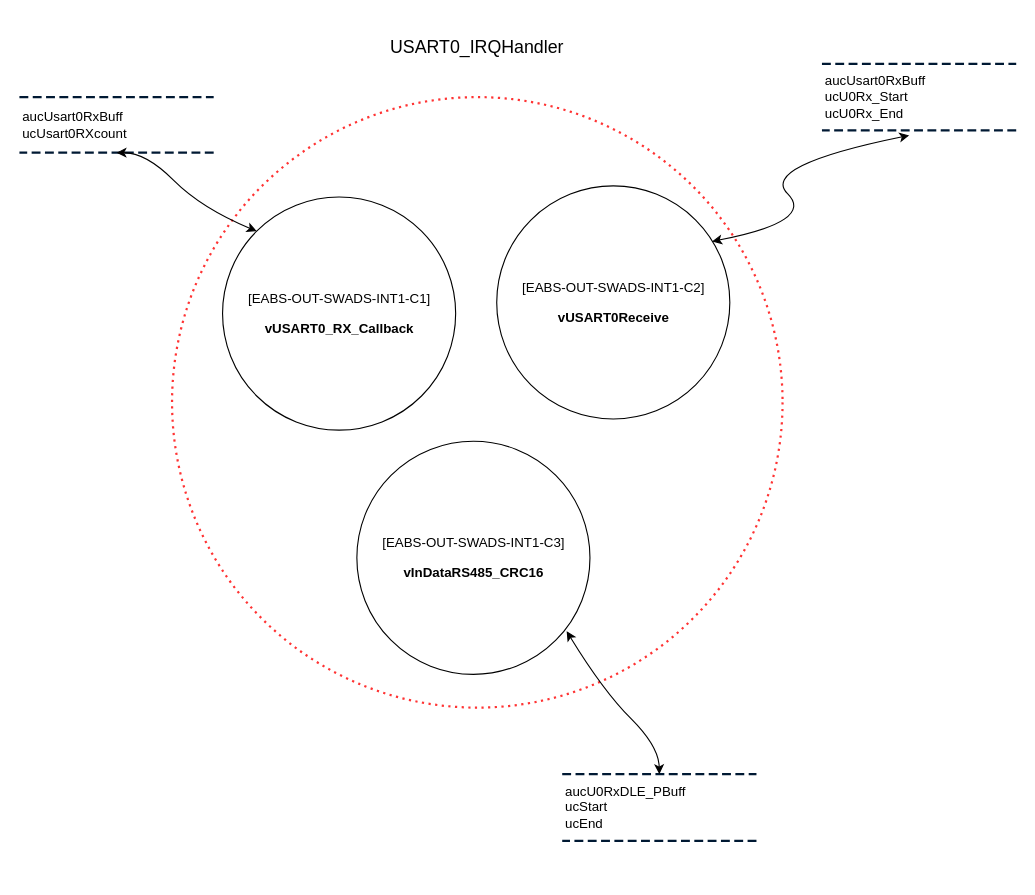
chillin2/MyDraw.io keeps this draw.io diagram as page "EABS-OUT-SWADS-INT1" (13 of 16) of EABS/Document_Pack/Design/OUTPUT/eabs_output_data_flow_diagram.drawio.xml. Above is the earlier version. Source tidied: cells renumbered, new cells numbered last; positions are measured from the earlier drawing's top-left corner, leaving out a move shared by most shapes. Both pictures are drawn from the tidied source at 111%, with x=0, y=0 at pixel (20, 30).
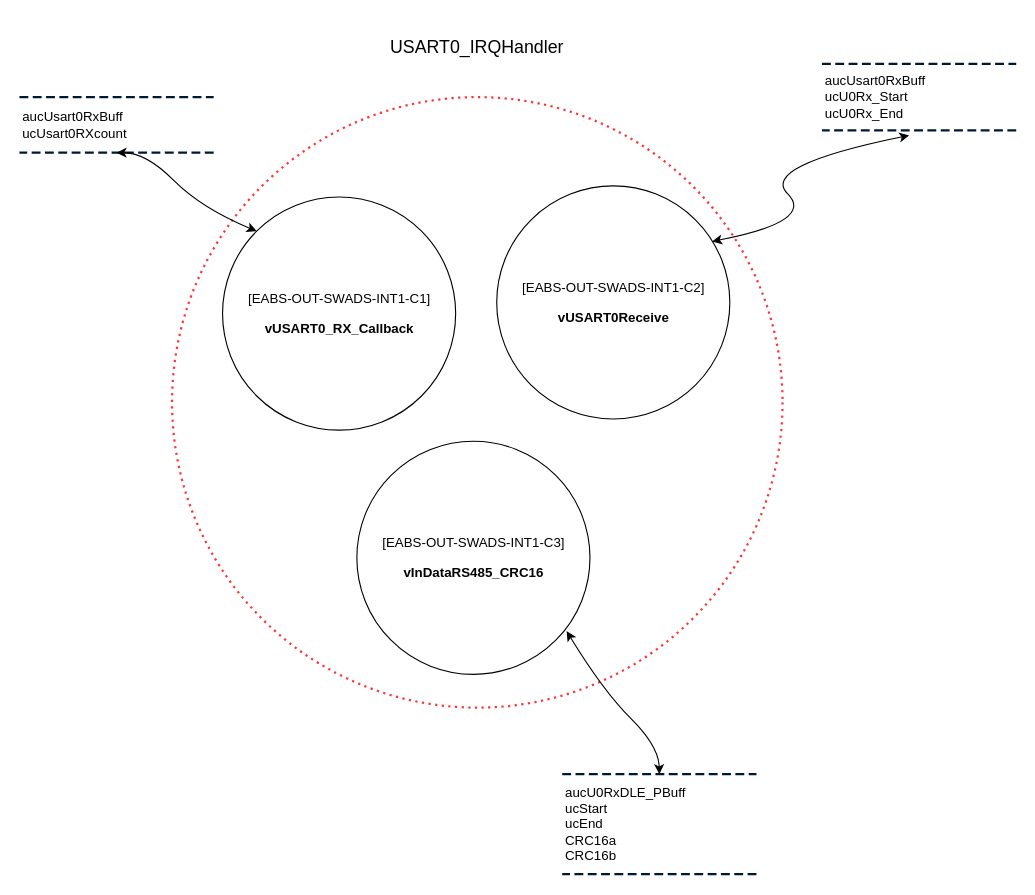
The same page after the edit.

Diff of the diagram source:
```diff
@@
 <mxGraphModel>
   <root>
     <mxCell id="0" />
     <mxCell id="1" parent="0" />
     <mxCell id="2" value="&lt;p style=&quot;line-height: 120%; word-break: keep-all; font-size: 16px;&quot; class=&quot;0&quot;&gt;USART0_IRQHandler&lt;br style=&quot;font-size: 16px;&quot;&gt;&lt;/p&gt;&lt;div class=&quot;hwp_editor_board_content&quot; id=&quot;hwpEditorBoardContent&quot; style=&quot;font-size: 16px;&quot;&gt;&lt;/div&gt;&lt;div class=&quot;hwp_editor_board_content&quot; id=&quot;hwpEditorBoardContent&quot; style=&quot;font-size: 16px;&quot;&gt;&lt;/div&gt;&lt;div class=&quot;hwp_editor_board_content&quot; id=&quot;hwpEditorBoardContent&quot; style=&quot;font-size: 16px;&quot;&gt;&lt;/div&gt;&lt;div class=&quot;hwp_editor_board_content&quot; id=&quot;hwpEditorBoardContent&quot; style=&quot;font-size: 16px;&quot;&gt;&lt;/div&gt;&lt;div class=&quot;hwp_editor_board_content&quot; id=&quot;hwpEditorBoardContent&quot; style=&quot;font-size: 16px;&quot;&gt;&lt;/div&gt;&lt;div class=&quot;hwp_editor_board_content&quot; id=&quot;hwpEditorBoardContent&quot; style=&quot;font-size: 16px;&quot;&gt;&lt;/div&gt;&lt;div class=&quot;hwp_editor_board_content&quot; id=&quot;hwpEditorBoardContent&quot; style=&quot;font-size: 16px;&quot;&gt;&lt;/div&gt;&lt;div class=&quot;hwp_editor_board_content&quot; id=&quot;hwpEditorBoardContent&quot; style=&quot;font-size: 16px;&quot;&gt;&lt;/div&gt;&lt;div class=&quot;hwp_editor_board_content&quot; id=&quot;hwpEditorBoardContent&quot; style=&quot;font-size: 16px;&quot;&gt;&lt;/div&gt;" style="text;html=1;strokeColor=none;fillColor=none;align=center;verticalAlign=middle;whiteSpace=wrap;rounded=0;fontSize=16;" parent="1" vertex="1">
       <mxGeometry x="233" width="357" height="30" as="geometry" />
     </mxCell>
     <mxCell id="3" style="shape=ellipse;html=1;dashed=1;whitespace=wrap;perimeter=ellipsePerimeter;dashPattern=1 2;strokeWidth=2;strokeColor=#FF3333;" parent="1" vertex="1">
       <mxGeometry x="136.5" y="60" width="550" height="550" as="geometry" />
     </mxCell>
     <mxCell id="4" value="&lt;p style=&quot;line-height:120%;mso-pagination:none;text-autospace:none;mso-padding-alt:0pt 0pt 0pt 0pt;&quot; class=&quot;0&quot;&gt;&lt;span style=&quot;mso-fareast-font-family:맑은 고딕;mso-font-width:100%;letter-spacing:0pt;mso-text-raise:0pt;&quot; lang=&quot;EN-US&quot;&gt;[EABS-OUT-&lt;/span&gt;&lt;span style=&quot;letter-spacing: 0pt; background-color: transparent;&quot;&gt;SWADS-INT1-C1]&lt;/span&gt;&lt;/p&gt;&lt;p style=&quot;line-height:120%;mso-pagination:none;text-autospace:none;mso-padding-alt:0pt 0pt 0pt 0pt;&quot; class=&quot;0&quot;&gt;&lt;span style=&quot;background-color: initial;&quot;&gt;&lt;b&gt;vUSART0_RX_Callback&lt;/b&gt;&lt;/span&gt;&lt;/p&gt;&lt;div class=&quot;hwp_editor_board_content&quot; id=&quot;hwpEditorBoardContent&quot;&gt;&lt;/div&gt;" style="shape=ellipse;html=1;dashed=0;whitespace=wrap;perimeter=ellipsePerimeter;" parent="1" vertex="1">
       <mxGeometry x="182" y="150" width="210" height="210" as="geometry" />
     </mxCell>
     <mxCell id="5" value="&lt;p style=&quot;line-height:120%;mso-pagination:none;text-autospace:none;mso-padding-alt:0pt 0pt 0pt 0pt;&quot; class=&quot;0&quot;&gt;&lt;span style=&quot;mso-fareast-font-family:맑은 고딕;mso-font-width:100%;letter-spacing:0pt;mso-text-raise:0pt;&quot; lang=&quot;EN-US&quot;&gt;[EABS-OUT-&lt;/span&gt;&lt;span style=&quot;letter-spacing: 0pt; background-color: initial;&quot;&gt;SWADS-INT1-C2]&lt;/span&gt;&lt;/p&gt;&lt;p style=&quot;line-height:120%;mso-pagination:none;text-autospace:none;mso-padding-alt:0pt 0pt 0pt 0pt;&quot; class=&quot;0&quot;&gt;&lt;span style=&quot;background-color: initial;&quot;&gt;&lt;b&gt;vUSART0Receive&lt;/b&gt;&lt;/span&gt;&lt;/p&gt;&lt;div class=&quot;hwp_editor_board_content&quot; id=&quot;hwpEditorBoardContent&quot;&gt;&lt;/div&gt;" style="shape=ellipse;html=1;dashed=0;whitespace=wrap;perimeter=ellipsePerimeter;" parent="1" vertex="1">
       <mxGeometry x="429" y="140" width="210" height="210" as="geometry" />
     </mxCell>
     <mxCell id="6" value="&lt;p style=&quot;line-height:120%;mso-pagination:none;text-autospace:none;mso-padding-alt:0pt 0pt 0pt 0pt;&quot; class=&quot;0&quot;&gt;&lt;span style=&quot;mso-fareast-font-family:맑은 고딕;mso-font-width:100%;letter-spacing:0pt;mso-text-raise:0pt;&quot; lang=&quot;EN-US&quot;&gt;[EABS-OUT-&lt;/span&gt;&lt;span style=&quot;letter-spacing: 0pt; background-color: transparent;&quot;&gt;SWADS-INT1-C3]&lt;/span&gt;&lt;/p&gt;&lt;p style=&quot;line-height:120%;mso-pagination:none;text-autospace:none;mso-padding-alt:0pt 0pt 0pt 0pt;&quot; class=&quot;0&quot;&gt;&lt;span style=&quot;background-color: initial;&quot;&gt;&lt;b&gt;vInDataRS485_CRC16&lt;/b&gt;&lt;/span&gt;&lt;/p&gt;&lt;div class=&quot;hwp_editor_board_content&quot; id=&quot;hwpEditorBoardContent&quot;&gt;&lt;/div&gt;" style="shape=ellipse;html=1;dashed=0;whitespace=wrap;perimeter=ellipsePerimeter;" parent="1" vertex="1">
       <mxGeometry x="303" y="370" width="210" height="210" as="geometry" />
     </mxCell>
     <mxCell id="7" value="aucUsart0RxBuff&lt;br&gt;ucUsart0RXcount" style="html=1;dashed=1;whitespace=wrap;shape=partialRectangle;right=0;left=0;strokeColor=#001933;strokeWidth=2;align=left;" parent="1" vertex="1">
       <mxGeometry y="60" width="173" height="50" as="geometry" />
     </mxCell>
     <mxCell id="8" value="aucUsart0RxBuff&lt;br style=&quot;border-color: var(--border-color);&quot;&gt;ucU0Rx_Start&lt;br&gt;ucU0Rx_End" style="html=1;dashed=1;whitespace=wrap;shape=partialRectangle;right=0;left=0;strokeColor=#001933;strokeWidth=2;align=left;" parent="1" vertex="1">
       <mxGeometry x="723" y="30" width="173" height="60" as="geometry" />
     </mxCell>
     <mxCell id="9" style="curved=1;endArrow=classic;html=1;rounded=0;fontSize=18;entryX=0.449;entryY=1.075;entryDx=0;entryDy=0;entryPerimeter=0;exitX=0.924;exitY=0.238;exitDx=0;exitDy=0;exitPerimeter=0;startArrow=classic;startFill=1;" parent="1" edge="1" source="5" target="8">
       <mxGeometry relative="1" as="geometry">
         <Array as="points">
           <mxPoint x="716" y="172" />
           <mxPoint x="666" y="122" />
         </Array>
       </mxGeometry>
     </mxCell>
     <mxCell id="10" style="curved=1;endArrow=classic;html=1;rounded=0;fontSize=18;exitX=0;exitY=0;exitDx=0;exitDy=0;entryX=0.5;entryY=1;entryDx=0;entryDy=0;startArrow=classic;startFill=1;" parent="1" edge="1" source="4" target="7">
       <mxGeometry relative="1" as="geometry">
         <Array as="points">
           <mxPoint x="163" y="160" />
           <mxPoint x="113" y="110" />
         </Array>
       </mxGeometry>
     </mxCell>
-    <mxCell id="11" value="aucU0RxDLE_PBuff&lt;br&gt;ucStart&lt;br&gt;ucEnd" style="html=1;dashed=1;whitespace=wrap;shape=partialRectangle;right=0;left=0;strokeColor=#001933;strokeWidth=2;align=left;" parent="1" vertex="1">
-      <mxGeometry x="489" y="670" width="173" height="60" as="geometry" />
+    <mxCell id="11" value="aucU0RxDLE_PBuff&lt;br&gt;ucStart&lt;br&gt;ucEnd&lt;br&gt;CRC16a&lt;br&gt;CRC16b" style="html=1;dashed=1;whitespace=wrap;shape=partialRectangle;right=0;left=0;strokeColor=#001933;strokeWidth=2;align=left;" parent="1" vertex="1">
+      <mxGeometry x="489" y="670" width="173" height="90" as="geometry" />
     </mxCell>
     <mxCell id="12" style="curved=1;endArrow=classic;html=1;rounded=0;fontSize=18;exitX=0.5;exitY=0;exitDx=0;exitDy=0;entryX=0.9;entryY=0.815;entryDx=0;entryDy=0;startArrow=classic;startFill=1;entryPerimeter=0;" parent="1" edge="1" source="11" target="6">
       <mxGeometry relative="1" as="geometry">
         <Array as="points">
           <mxPoint x="575" y="645" />
           <mxPoint x="525" y="595" />
         </Array>
       </mxGeometry>
     </mxCell>
   </root>
 </mxGraphModel>
```
